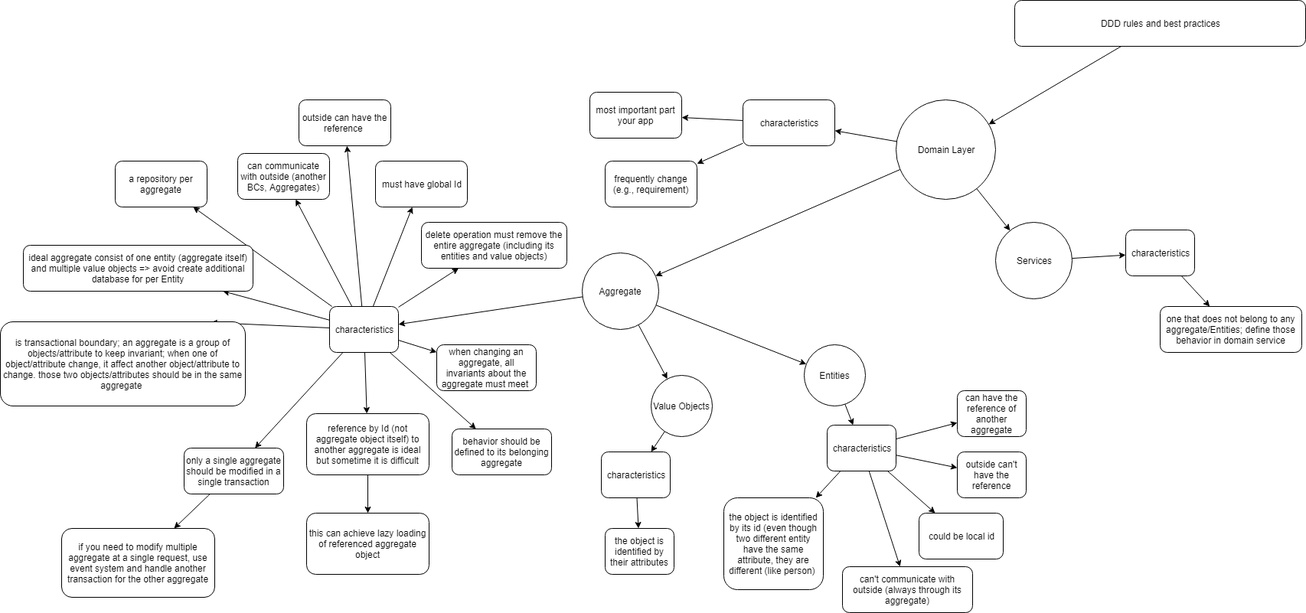
Before: DDD_Rules_Overview.PNG, a diagram exported from draw.io (stsiwo/ddd_concept). Source tidied: cells renumbered, new cells last; positions are measured from the earlier drawing's top-left corner, leaving out a move shared by most shapes. Its diagram source:
```xml
<mxGraphModel>
  <root>
    <mxCell id="0" />
    <mxCell id="1" parent="0" />
    <mxCell id="2" style="rounded=0;jettySize=auto;html=1;" parent="1" edge="1" source="3" target="7">
      <mxGeometry relative="1" as="geometry" />
    </mxCell>
    <mxCell id="3" value="DDD rules and best practices" style="rounded=1;whiteSpace=wrap;html=1;" parent="1" vertex="1">
      <mxGeometry x="1325" width="380" height="60" as="geometry" />
    </mxCell>
    <mxCell id="4" style="edgeStyle=none;rounded=0;jettySize=auto;html=1;" parent="1" edge="1" source="7" target="10">
      <mxGeometry relative="1" as="geometry" />
    </mxCell>
    <mxCell id="5" style="edgeStyle=none;rounded=0;jettySize=auto;html=1;" parent="1" edge="1" source="7" target="16">
      <mxGeometry relative="1" as="geometry" />
    </mxCell>
    <mxCell id="6" style="edgeStyle=none;rounded=0;jettySize=auto;html=1;" parent="1" edge="1" source="7" target="40">
      <mxGeometry relative="1" as="geometry" />
    </mxCell>
    <mxCell id="7" value="Domain Layer" style="ellipse;whiteSpace=wrap;html=1;" parent="1" vertex="1">
      <mxGeometry x="1170" y="130" width="130" height="130" as="geometry" />
    </mxCell>
    <mxCell id="8" style="edgeStyle=none;rounded=0;jettySize=auto;html=1;" parent="1" edge="1" source="10" target="12">
      <mxGeometry relative="1" as="geometry" />
    </mxCell>
    <mxCell id="9" style="edgeStyle=none;rounded=0;jettySize=auto;html=1;" parent="1" edge="1" source="10" target="11">
      <mxGeometry relative="1" as="geometry" />
    </mxCell>
    <mxCell id="10" value="characteristics" style="rounded=1;whiteSpace=wrap;html=1;" parent="1" vertex="1">
      <mxGeometry x="970" y="130" width="120" height="60" as="geometry" />
    </mxCell>
    <mxCell id="11" value="frequently change (e.g., requirement)" style="rounded=1;whiteSpace=wrap;html=1;" parent="1" vertex="1">
      <mxGeometry x="790" y="210" width="120" height="60" as="geometry" />
    </mxCell>
    <mxCell id="12" value="most important part your app" style="rounded=1;whiteSpace=wrap;html=1;" parent="1" vertex="1">
      <mxGeometry x="770" y="120" width="120" height="60" as="geometry" />
    </mxCell>
    <mxCell id="13" style="edgeStyle=none;rounded=0;jettySize=auto;html=1;" parent="1" edge="1" source="16" target="18">
      <mxGeometry relative="1" as="geometry" />
    </mxCell>
    <mxCell id="14" style="edgeStyle=none;rounded=0;jettySize=auto;html=1;" parent="1" edge="1" source="16" target="20">
      <mxGeometry relative="1" as="geometry" />
    </mxCell>
    <mxCell id="15" style="edgeStyle=none;rounded=0;jettySize=auto;html=1;" parent="1" edge="1" source="16" target="33">
      <mxGeometry relative="1" as="geometry" />
    </mxCell>
    <mxCell id="16" value="Aggregate&lt;br&gt;" style="ellipse;whiteSpace=wrap;html=1;" parent="1" vertex="1">
      <mxGeometry x="760" y="330" width="100" height="100" as="geometry" />
    </mxCell>
    <mxCell id="17" style="edgeStyle=none;rounded=0;jettySize=auto;html=1;" parent="1" edge="1" source="18" target="45">
      <mxGeometry relative="1" as="geometry" />
    </mxCell>
    <mxCell id="18" value="Value Objects" style="ellipse;whiteSpace=wrap;html=1;" parent="1" vertex="1">
      <mxGeometry x="850" y="490" width="80" height="80" as="geometry" />
    </mxCell>
    <mxCell id="19" style="edgeStyle=none;rounded=0;jettySize=auto;html=1;" parent="1" edge="1" source="20" target="52">
      <mxGeometry relative="1" as="geometry" />
    </mxCell>
    <mxCell id="20" value="Entities" style="ellipse;whiteSpace=wrap;html=1;" parent="1" vertex="1">
      <mxGeometry x="1050" y="450" width="80" height="80" as="geometry" />
    </mxCell>
    <mxCell id="21" value="a repository per aggregate" style="rounded=1;whiteSpace=wrap;html=1;" parent="1" vertex="1">
      <mxGeometry x="150" y="210" width="120" height="60" as="geometry" />
    </mxCell>
    <mxCell id="22" style="edgeStyle=none;rounded=0;jettySize=auto;html=1;" parent="1" edge="1" source="33" target="21">
      <mxGeometry relative="1" as="geometry" />
    </mxCell>
    <mxCell id="23" style="edgeStyle=none;rounded=0;jettySize=auto;html=1;" parent="1" edge="1" source="33" target="37">
      <mxGeometry relative="1" as="geometry" />
    </mxCell>
    <mxCell id="24" style="edgeStyle=none;rounded=0;jettySize=auto;html=1;entryX=0.859;entryY=0.009;entryDx=0;entryDy=0;entryPerimeter=0;" parent="1" edge="1" source="33" target="38">
      <mxGeometry relative="1" as="geometry" />
    </mxCell>
    <mxCell id="25" style="edgeStyle=none;rounded=0;jettySize=auto;html=1;" parent="1" edge="1" source="33" target="36">
      <mxGeometry relative="1" as="geometry" />
    </mxCell>
    <mxCell id="26" style="edgeStyle=none;rounded=0;jettySize=auto;html=1;" parent="1" edge="1" source="33" target="56">
      <mxGeometry relative="1" as="geometry" />
    </mxCell>
    <mxCell id="27" style="edgeStyle=none;rounded=0;jettySize=auto;html=1;" parent="1" edge="1" source="33" target="57">
      <mxGeometry relative="1" as="geometry" />
    </mxCell>
    <mxCell id="28" style="edgeStyle=none;rounded=0;jettySize=auto;html=1;" parent="1" edge="1" source="33" target="58">
      <mxGeometry relative="1" as="geometry" />
    </mxCell>
    <mxCell id="29" style="edgeStyle=none;rounded=0;jettySize=auto;html=1;" parent="1" edge="1" source="33" target="59">
      <mxGeometry relative="1" as="geometry" />
    </mxCell>
    <mxCell id="30" style="edgeStyle=none;rounded=0;jettySize=auto;html=1;" parent="1" edge="1" source="33" target="60">
      <mxGeometry relative="1" as="geometry" />
    </mxCell>
    <mxCell id="31" style="edgeStyle=none;rounded=0;jettySize=auto;html=1;" parent="1" edge="1" source="33" target="64">
      <mxGeometry relative="1" as="geometry" />
    </mxCell>
    <mxCell id="32" style="edgeStyle=none;rounded=0;jettySize=auto;html=1;" parent="1" edge="1" source="33" target="35">
      <mxGeometry relative="1" as="geometry" />
    </mxCell>
    <mxCell id="33" value="characteristics" style="rounded=1;whiteSpace=wrap;html=1;" parent="1" vertex="1">
      <mxGeometry x="430" y="400" width="90" height="60" as="geometry" />
    </mxCell>
    <mxCell id="34" style="edgeStyle=none;rounded=0;jettySize=auto;html=1;" parent="1" edge="1" source="35" target="66">
      <mxGeometry relative="1" as="geometry" />
    </mxCell>
    <mxCell id="35" value="reference by Id (not aggregate object itself) to another aggregate is ideal but sometime it is difficult" style="rounded=1;whiteSpace=wrap;html=1;" parent="1" vertex="1">
      <mxGeometry x="400" y="540" width="160" height="80" as="geometry" />
    </mxCell>
    <mxCell id="36" value="behavior should be defined to its belonging aggregate" style="rounded=1;whiteSpace=wrap;html=1;" parent="1" vertex="1">
      <mxGeometry x="590" y="560" width="130" height="60" as="geometry" />
    </mxCell>
    <mxCell id="37" value="ideal aggregate consist of one entity (aggregate itself) and multiple value objects =&amp;gt; avoid create additional database for per Entity" style="rounded=1;whiteSpace=wrap;html=1;" parent="1" vertex="1">
      <mxGeometry x="30" y="320" width="300" height="60" as="geometry" />
    </mxCell>
    <mxCell id="38" value="is transactional boundary; an aggregate is a group of objects/attribute to keep invariant; when one of object/attribute change, it affect another object/attribute to change. those two objects/attributes should be in the same aggregate&amp;nbsp;" style="rounded=1;whiteSpace=wrap;html=1;" parent="1" vertex="1">
      <mxGeometry y="420" width="320" height="110" as="geometry" />
    </mxCell>
    <mxCell id="39" style="edgeStyle=none;rounded=0;jettySize=auto;html=1;" parent="1" edge="1" source="40" target="42">
      <mxGeometry relative="1" as="geometry" />
    </mxCell>
    <mxCell id="40" value="Services" style="ellipse;whiteSpace=wrap;html=1;" parent="1" vertex="1">
      <mxGeometry x="1300" y="290" width="100" height="100" as="geometry" />
    </mxCell>
    <mxCell id="41" style="edgeStyle=none;rounded=0;jettySize=auto;html=1;" parent="1" edge="1" source="42" target="43">
      <mxGeometry relative="1" as="geometry" />
    </mxCell>
    <mxCell id="42" value="characteristics" style="rounded=1;whiteSpace=wrap;html=1;" parent="1" vertex="1">
      <mxGeometry x="1470" y="300" width="90" height="60" as="geometry" />
    </mxCell>
    <mxCell id="43" value="one that does not belong to any aggregate/Entities; define those behavior in domain service" style="rounded=1;whiteSpace=wrap;html=1;" parent="1" vertex="1">
      <mxGeometry x="1515" y="400" width="185" height="60" as="geometry" />
    </mxCell>
    <mxCell id="44" style="edgeStyle=none;rounded=0;jettySize=auto;html=1;" parent="1" edge="1" source="45" target="46">
      <mxGeometry relative="1" as="geometry" />
    </mxCell>
    <mxCell id="45" value="characteristics" style="rounded=1;whiteSpace=wrap;html=1;" parent="1" vertex="1">
      <mxGeometry x="785" y="590" width="90" height="60" as="geometry" />
    </mxCell>
    <mxCell id="46" value="the object is identified by their attributes" style="rounded=1;whiteSpace=wrap;html=1;" parent="1" vertex="1">
      <mxGeometry x="790" y="690" width="90" height="60" as="geometry" />
    </mxCell>
    <mxCell id="47" style="edgeStyle=none;rounded=0;jettySize=auto;html=1;" parent="1" edge="1" source="52" target="55">
      <mxGeometry relative="1" as="geometry" />
    </mxCell>
    <mxCell id="48" style="edgeStyle=none;rounded=0;jettySize=auto;html=1;" parent="1" edge="1" source="52" target="54">
      <mxGeometry relative="1" as="geometry" />
    </mxCell>
    <mxCell id="49" style="edgeStyle=none;rounded=0;jettySize=auto;html=1;" parent="1" edge="1" source="52" target="61">
      <mxGeometry relative="1" as="geometry" />
    </mxCell>
    <mxCell id="50" style="edgeStyle=none;rounded=0;jettySize=auto;html=1;" parent="1" edge="1" source="52" target="53">
      <mxGeometry relative="1" as="geometry" />
    </mxCell>
    <mxCell id="51" style="edgeStyle=none;rounded=0;jettySize=auto;html=1;" parent="1" edge="1" source="52" target="62">
      <mxGeometry relative="1" as="geometry" />
    </mxCell>
    <mxCell id="52" value="characteristics" style="rounded=1;whiteSpace=wrap;html=1;" parent="1" vertex="1">
      <mxGeometry x="1080" y="555" width="90" height="60" as="geometry" />
    </mxCell>
    <mxCell id="53" value="outside can't have the reference" style="rounded=1;whiteSpace=wrap;html=1;" parent="1" vertex="1">
      <mxGeometry x="1250" y="590" width="90" height="60" as="geometry" />
    </mxCell>
    <mxCell id="54" value="can't communicate with outside (always through its aggregate)" style="rounded=1;whiteSpace=wrap;html=1;" parent="1" vertex="1">
      <mxGeometry x="1100" y="740" width="170" height="60" as="geometry" />
    </mxCell>
    <mxCell id="55" value="the object is identified by its id (even though two different entity have the same attribute, they are different (like person)&amp;nbsp;" style="rounded=1;whiteSpace=wrap;html=1;" parent="1" vertex="1">
      <mxGeometry x="945" y="650" width="130" height="120" as="geometry" />
    </mxCell>
    <mxCell id="56" value="can communicate with outside (another BCs, Aggregates)" style="rounded=1;whiteSpace=wrap;html=1;" parent="1" vertex="1">
      <mxGeometry x="310" y="200" width="120" height="60" as="geometry" />
    </mxCell>
    <mxCell id="57" value="must have global Id" style="rounded=1;whiteSpace=wrap;html=1;" parent="1" vertex="1">
      <mxGeometry x="490" y="210" width="120" height="60" as="geometry" />
    </mxCell>
    <mxCell id="58" value="outside can have the reference&amp;nbsp;" style="rounded=1;whiteSpace=wrap;html=1;" parent="1" vertex="1">
      <mxGeometry x="390" y="130" width="120" height="60" as="geometry" />
    </mxCell>
    <mxCell id="59" value="delete operation must remove the entire aggregate (including its entities and value objects)" style="rounded=1;whiteSpace=wrap;html=1;" parent="1" vertex="1">
      <mxGeometry x="550" y="290" width="190" height="60" as="geometry" />
    </mxCell>
    <mxCell id="60" value="when changing an aggregate, all invariants about the aggregate must meet&amp;nbsp;" style="rounded=1;whiteSpace=wrap;html=1;" parent="1" vertex="1">
      <mxGeometry x="570" y="450" width="130" height="60" as="geometry" />
    </mxCell>
    <mxCell id="61" value="could be local id" style="rounded=1;whiteSpace=wrap;html=1;" parent="1" vertex="1">
      <mxGeometry x="1200" y="670" width="110" height="60" as="geometry" />
    </mxCell>
    <mxCell id="62" value="can have the reference of another aggregate" style="rounded=1;whiteSpace=wrap;html=1;" parent="1" vertex="1">
      <mxGeometry x="1250" y="510" width="90" height="60" as="geometry" />
    </mxCell>
    <mxCell id="63" style="edgeStyle=none;rounded=0;jettySize=auto;html=1;" parent="1" edge="1" source="64" target="65">
      <mxGeometry relative="1" as="geometry" />
    </mxCell>
    <mxCell id="64" value="only a single aggregate should be modified in a single transaction" style="rounded=1;whiteSpace=wrap;html=1;" parent="1" vertex="1">
      <mxGeometry x="240" y="585" width="130" height="60" as="geometry" />
    </mxCell>
    <mxCell id="65" value="if you need to modify multiple aggregate at a single request, use event system and handle another transaction for the other aggregate" style="rounded=1;whiteSpace=wrap;html=1;" parent="1" vertex="1">
      <mxGeometry x="80" y="690" width="200" height="90" as="geometry" />
    </mxCell>
    <mxCell id="66" value="this can achieve lazy loading of referenced aggregate object" style="rounded=1;whiteSpace=wrap;html=1;" parent="1" vertex="1">
      <mxGeometry x="400" y="670" width="160" height="80" as="geometry" />
    </mxCell>
  </root>
</mxGraphModel>
```
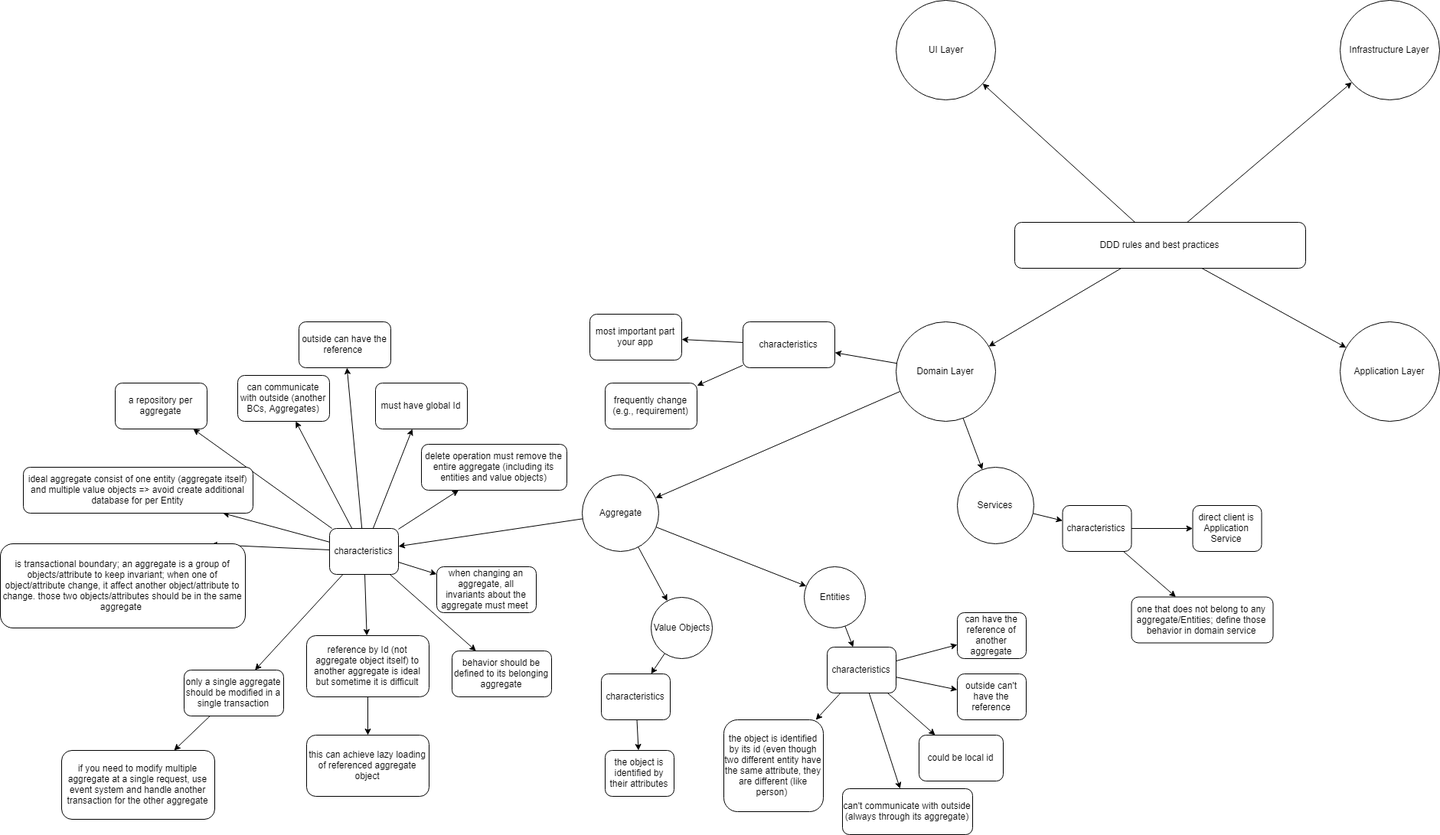
Above is the later version.

Diff of the diagram source:
```diff
@@ -5,6 +5,15 @@
     <mxCell id="2" style="rounded=0;jettySize=auto;html=1;" parent="1" edge="1" source="3" target="7">
       <mxGeometry relative="1" as="geometry" />
     </mxCell>
+    <mxCell id="67" style="edgeStyle=none;rounded=0;jettySize=auto;html=1;" parent="1" edge="1" source="3" target="72">
+      <mxGeometry relative="1" as="geometry" />
+    </mxCell>
+    <mxCell id="68" style="edgeStyle=none;rounded=0;jettySize=auto;html=1;" parent="1" edge="1" source="3" target="74">
+      <mxGeometry relative="1" as="geometry" />
+    </mxCell>
+    <mxCell id="69" style="edgeStyle=none;rounded=0;jettySize=auto;html=1;" parent="1" edge="1" source="3" target="73">
+      <mxGeometry relative="1" as="geometry" />
+    </mxCell>
     <mxCell id="3" value="DDD rules and best practices" style="rounded=1;whiteSpace=wrap;html=1;" parent="1" vertex="1">
       <mxGeometry x="1325" width="380" height="60" as="geometry" />
     </mxCell>
@@ -117,16 +126,22 @@
       <mxGeometry relative="1" as="geometry" />
     </mxCell>
     <mxCell id="40" value="Services" style="ellipse;whiteSpace=wrap;html=1;" parent="1" vertex="1">
-      <mxGeometry x="1300" y="290" width="100" height="100" as="geometry" />
+      <mxGeometry x="1250" y="320" width="100" height="100" as="geometry" />
     </mxCell>
     <mxCell id="41" style="edgeStyle=none;rounded=0;jettySize=auto;html=1;" parent="1" edge="1" source="42" target="43">
       <mxGeometry relative="1" as="geometry" />
     </mxCell>
+    <mxCell id="70" style="edgeStyle=none;rounded=0;jettySize=auto;html=1;" parent="1" edge="1" source="42" target="71">
+      <mxGeometry relative="1" as="geometry" />
+    </mxCell>
     <mxCell id="42" value="characteristics" style="rounded=1;whiteSpace=wrap;html=1;" parent="1" vertex="1">
-      <mxGeometry x="1470" y="300" width="90" height="60" as="geometry" />
+      <mxGeometry x="1387.5" y="370" width="90" height="60" as="geometry" />
     </mxCell>
+    <mxCell id="71" value="direct client is Application Service" style="rounded=1;whiteSpace=wrap;html=1;" parent="1" vertex="1">
+      <mxGeometry x="1557.5" y="370" width="90" height="60" as="geometry" />
+    </mxCell>
     <mxCell id="43" value="one that does not belong to any aggregate/Entities; define those behavior in domain service" style="rounded=1;whiteSpace=wrap;html=1;" parent="1" vertex="1">
-      <mxGeometry x="1515" y="400" width="185" height="60" as="geometry" />
+      <mxGeometry x="1477.5" y="489.5" width="185" height="60" as="geometry" />
     </mxCell>
     <mxCell id="44" style="edgeStyle=none;rounded=0;jettySize=auto;html=1;" parent="1" edge="1" source="45" target="46">
       <mxGeometry relative="1" as="geometry" />
@@ -197,5 +212,14 @@
     <mxCell id="66" value="this can achieve lazy loading of referenced aggregate object" style="rounded=1;whiteSpace=wrap;html=1;" parent="1" vertex="1">
       <mxGeometry x="400" y="670" width="160" height="80" as="geometry" />
     </mxCell>
+    <mxCell id="72" value="Application Layer" style="ellipse;whiteSpace=wrap;html=1;" parent="1" vertex="1">
+      <mxGeometry x="1750" y="130" width="130" height="130" as="geometry" />
+    </mxCell>
+    <mxCell id="73" value="UI Layer" style="ellipse;whiteSpace=wrap;html=1;" parent="1" vertex="1">
+      <mxGeometry x="1170" y="-290" width="130" height="130" as="geometry" />
+    </mxCell>
+    <mxCell id="74" value="Infrastructure Layer" style="ellipse;whiteSpace=wrap;html=1;" parent="1" vertex="1">
+      <mxGeometry x="1750" y="-290" width="130" height="130" as="geometry" />
+    </mxCell>
   </root>
 </mxGraphModel>
```
